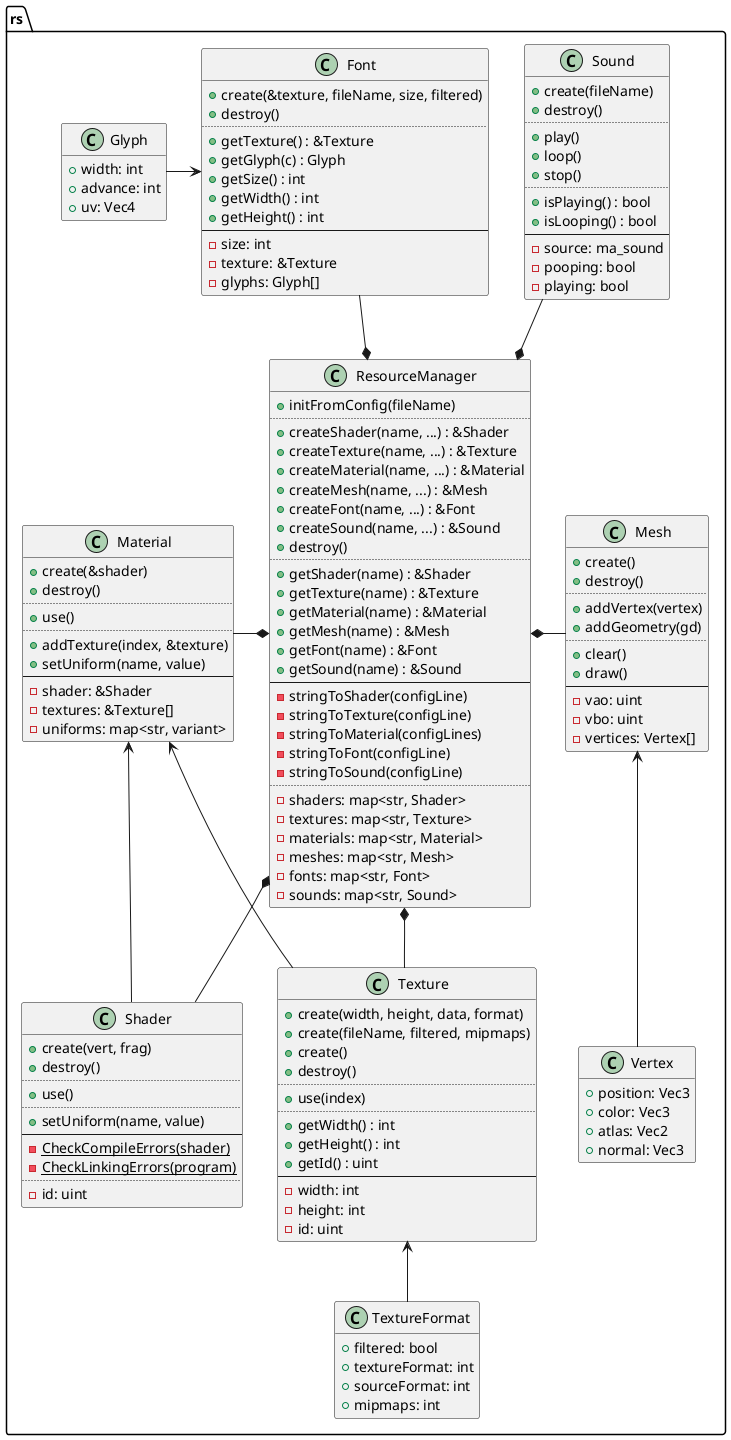
This is design/res.png from ba6er/marblemaze, a PlantUML export, as it was before one commit.
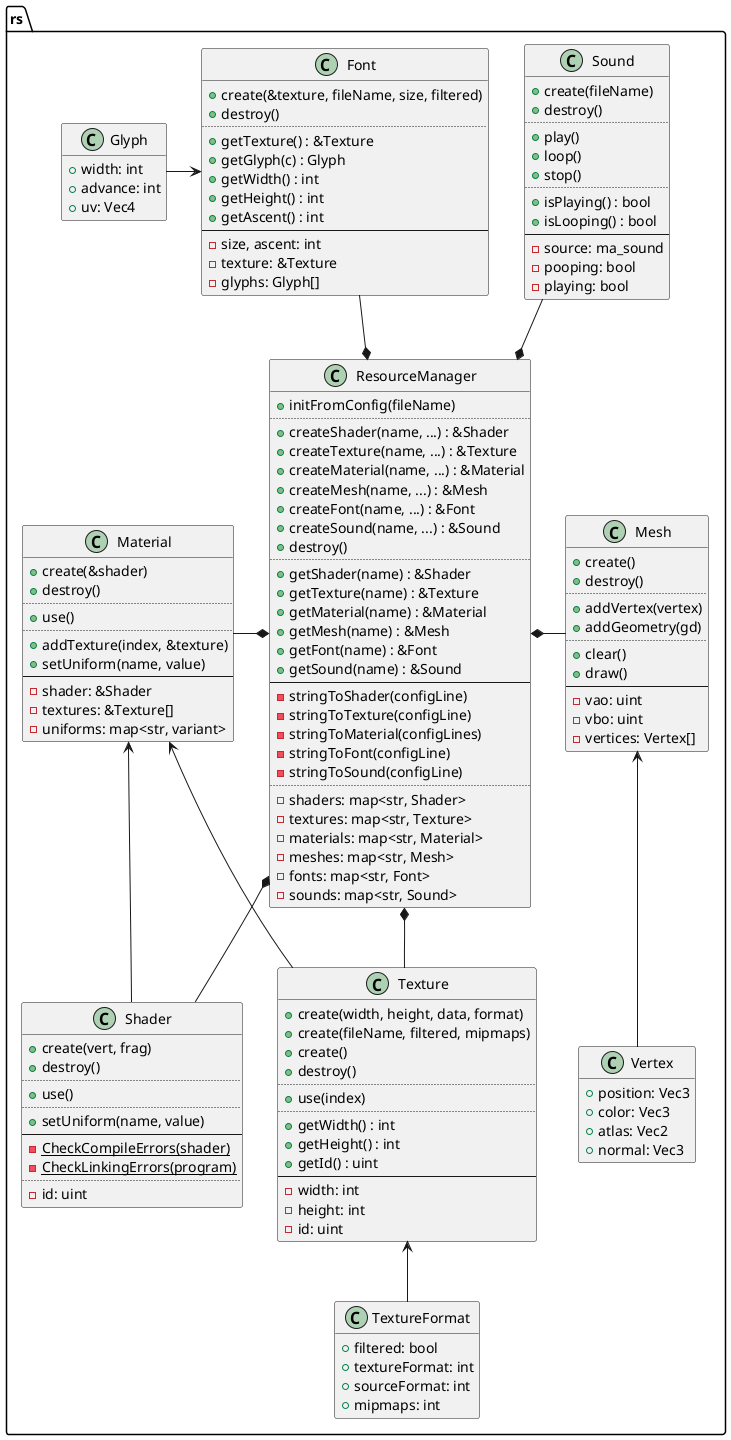
Later version of the same file.

Commit message:
Improved font loading (atlas size is now correct height), added button rendering

Diff of the diagram source:
```diff
@@ -90,11 +90,11 @@
 	..
 	+getTexture() : &Texture
 	+getGlyph(c) : Glyph
-	+getSize() : int
 	+getWidth() : int
 	+getHeight() : int
+	+getAscent() : int
 	--
-	-size: int
+	-size, ascent: int
 	-texture: &Texture
 	-glyphs: Glyph[]
 }
```
